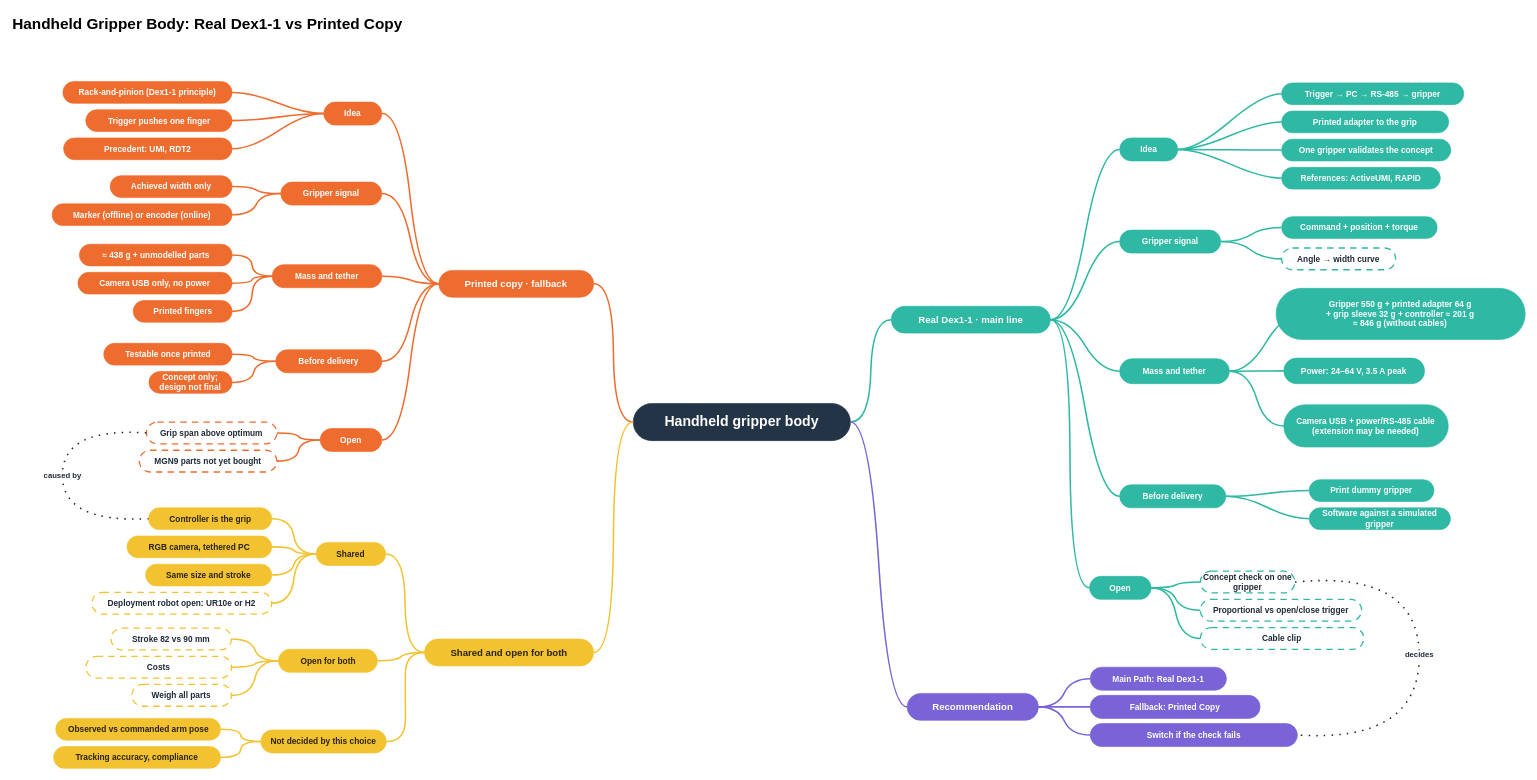
This is Agent/External/2026-11-05 Supervisor map gripper choice.drawio from EfekTyndall/msc-thesis-vault, a draw.io file, before an edit. Source tidied: cells renumbered, new cells numbered last; positions are measured from the earlier drawing's top-left corner, leaving out a move shared by most shapes. Both pictures are drawn from the tidied source at 64%, with x=0, y=0 at pixel (11, 11).
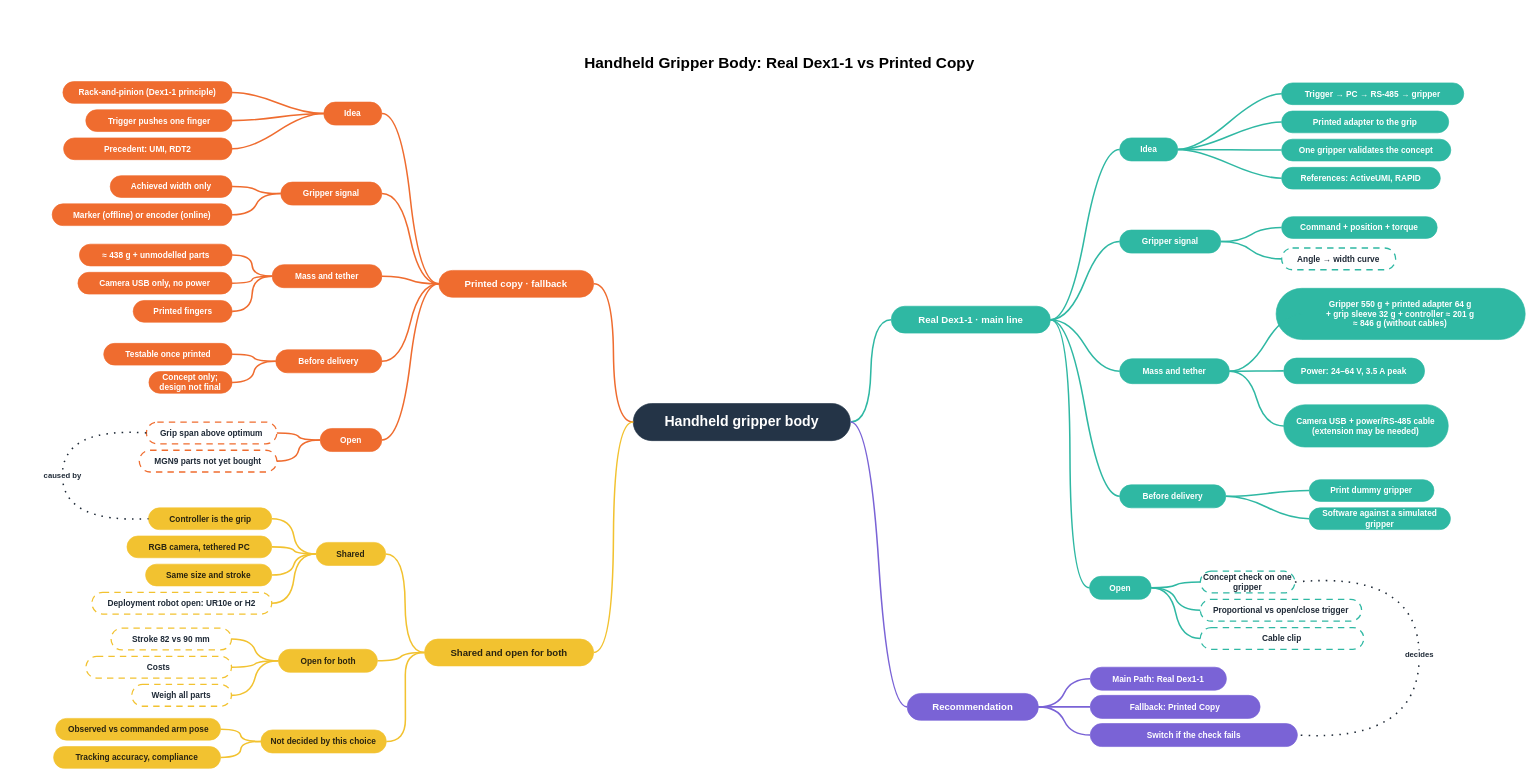
Above is the later version.

The edit, as a diff of the source:
```diff
@@
-    <mxCell id="2" value="Handheld Gripper Body: Real Dex1-1 vs Printed Copy" style="text;html=1;fontSize=24;fontStyle=1;fontFamily=Helvetica;align=left;verticalAlign=top;" parent="1" vertex="1">
-      <mxGeometry width="800" height="36" as="geometry" />
+    <mxCell id="2" value="Handheld Gripper Body: Real Dex1-1 vs Printed Copy" style="text;html=1;fontSize=24;fontStyle=1;fontFamily=Helvetica;align=center;verticalAlign=top;" parent="1" vertex="1">
+      <mxGeometry x="800" y="60" width="800" height="40" as="geometry" />
     </mxCell>
```
